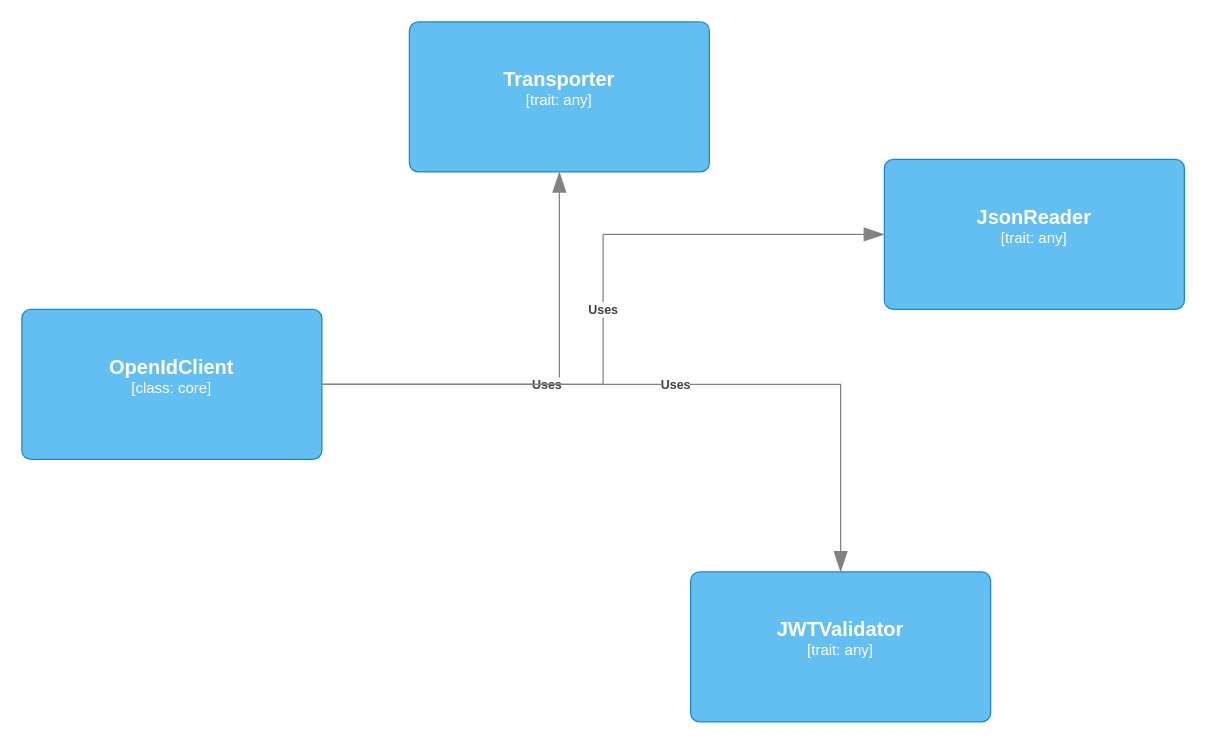
Before: doc.drawio in estrondo/moidc4s, a draw.io diagram. Source tidied: cells renumbered, new cells numbered last; positions are measured from the earlier drawing's top-left corner, leaving out a move shared by most shapes. Both pictures are drawn from the tidied source at 125%, with x=0, y=0 at pixel (21, 21).
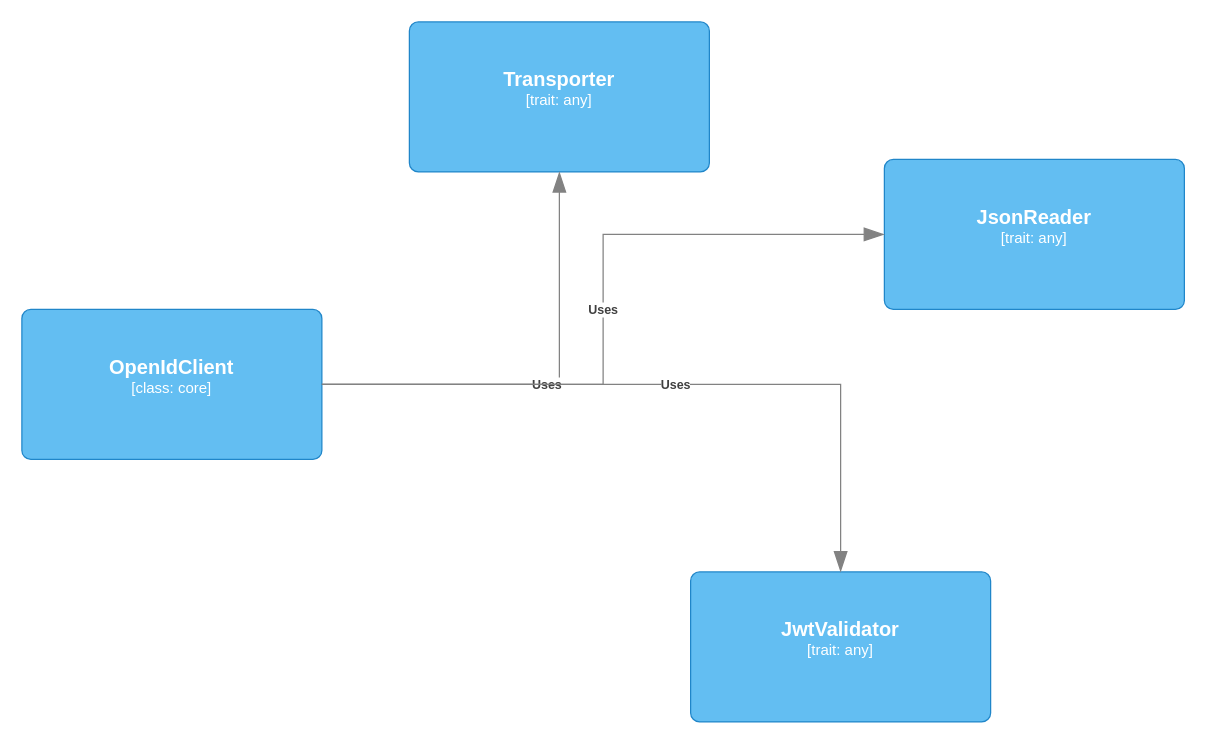
The same page after the edit.

Diff of the diagram source:
```diff
@@
 <mxGraphModel>
   <root>
     <mxCell id="0" />
     <mxCell id="1" parent="0" />
     <object id="2" label="&lt;font style=&quot;font-size: 16px&quot;&gt;&lt;b&gt;%c4Name%&lt;/b&gt;&lt;/font&gt;&lt;div&gt;[%c4Type%: %c4Technology%]&lt;/div&gt;&lt;br&gt;&lt;div&gt;&lt;font style=&quot;font-size: 11px&quot;&gt;%c4Description%&lt;/font&gt;&lt;/div&gt;" c4Description="" c4Name="OpenIdClient" c4Technology="core" c4Type="class" placeholders="1">
       <mxCell style="rounded=1;whiteSpace=wrap;html=1;labelBackgroundColor=none;fillColor=#63BEF2;fontColor=#ffffff;align=center;arcSize=6;strokeColor=#2086C9;points=[[0.25,0,0],[0.5,0,0],[0.75,0,0],[1,0.25,0],[1,0.5,0],[1,0.75,0],[0.75,1,0],[0.5,1,0],[0.25,1,0],[0,0.75,0],[0,0.5,0],[0,0.25,0]];" parent="1" vertex="1">
         <mxGeometry y="230" width="240" height="120" as="geometry" />
       </mxCell>
     </object>
     <object id="3" label="&lt;font style=&quot;font-size: 16px&quot;&gt;&lt;b&gt;%c4Name%&lt;/b&gt;&lt;/font&gt;&lt;div&gt;[%c4Type%: %c4Technology%]&lt;/div&gt;&lt;br&gt;&lt;div&gt;&lt;font style=&quot;font-size: 11px&quot;&gt;%c4Description%&lt;/font&gt;&lt;/div&gt;" c4Description="" c4Name="Transporter" c4Technology="any" c4Type="trait" placeholders="1">
       <mxCell style="rounded=1;whiteSpace=wrap;html=1;labelBackgroundColor=none;fillColor=#63BEF2;fontColor=#ffffff;align=center;arcSize=6;strokeColor=#2086C9;points=[[0.25,0,0],[0.5,0,0],[0.75,0,0],[1,0.25,0],[1,0.5,0],[1,0.75,0],[0.75,1,0],[0.5,1,0],[0.25,1,0],[0,0.75,0],[0,0.5,0],[0,0.25,0]];" parent="1" vertex="1">
         <mxGeometry x="310" width="240" height="120" as="geometry" />
       </mxCell>
     </object>
     <object id="4" label="&lt;div style=&quot;text-align: left&quot;&gt;&lt;div style=&quot;text-align: center&quot;&gt;&lt;b&gt;%c4Description%&lt;/b&gt;&lt;/div&gt;" c4Description="Uses" placeholders="1">
       <mxCell style="endArrow=blockThin;html=1;fontSize=10;fontColor=#404040;strokeWidth=1;endFill=1;strokeColor=#828282;elbow=vertical;endSize=14;startSize=14;jumpStyle=arc;jumpSize=16;rounded=0;edgeStyle=orthogonalEdgeStyle;" parent="1" edge="1" source="2" target="3">
         <mxGeometry relative="1" as="geometry" />
       </mxCell>
     </object>
     <object id="5" label="&lt;font style=&quot;font-size: 16px&quot;&gt;&lt;b&gt;%c4Name%&lt;/b&gt;&lt;/font&gt;&lt;div&gt;[%c4Type%: %c4Technology%]&lt;/div&gt;&lt;br&gt;&lt;div&gt;&lt;font style=&quot;font-size: 11px&quot;&gt;%c4Description%&lt;/font&gt;&lt;/div&gt;" c4Description="" c4Name="JsonReader" c4Technology="any" c4Type="trait" placeholders="1">
       <mxCell style="rounded=1;whiteSpace=wrap;html=1;labelBackgroundColor=none;fillColor=#63BEF2;fontColor=#ffffff;align=center;arcSize=6;strokeColor=#2086C9;points=[[0.25,0,0],[0.5,0,0],[0.75,0,0],[1,0.25,0],[1,0.5,0],[1,0.75,0],[0.75,1,0],[0.5,1,0],[0.25,1,0],[0,0.75,0],[0,0.5,0],[0,0.25,0]];" parent="1" vertex="1">
         <mxGeometry x="690" y="110" width="240" height="120" as="geometry" />
       </mxCell>
     </object>
     <object id="6" label="&lt;div style=&quot;text-align: left&quot;&gt;&lt;div style=&quot;text-align: center&quot;&gt;&lt;b&gt;%c4Description%&lt;/b&gt;&lt;/div&gt;" c4Description="Uses" placeholders="1">
       <mxCell style="endArrow=blockThin;html=1;fontSize=10;fontColor=#404040;strokeWidth=1;endFill=1;strokeColor=#828282;elbow=vertical;endSize=14;startSize=14;jumpStyle=arc;jumpSize=16;rounded=0;edgeStyle=orthogonalEdgeStyle;" parent="1" edge="1" source="2" target="5">
         <mxGeometry relative="1" as="geometry" />
       </mxCell>
     </object>
-    <object id="7" label="&lt;font style=&quot;font-size: 16px&quot;&gt;&lt;b&gt;%c4Name%&lt;/b&gt;&lt;/font&gt;&lt;div&gt;[%c4Type%: %c4Technology%]&lt;/div&gt;&lt;br&gt;&lt;div&gt;&lt;font style=&quot;font-size: 11px&quot;&gt;%c4Description%&lt;/font&gt;&lt;/div&gt;" c4Description="" c4Name="JWTValidator" c4Technology="any" c4Type="trait" placeholders="1">
+    <object id="7" label="&lt;font style=&quot;font-size: 16px&quot;&gt;&lt;b&gt;%c4Name%&lt;/b&gt;&lt;/font&gt;&lt;div&gt;[%c4Type%: %c4Technology%]&lt;/div&gt;&lt;br&gt;&lt;div&gt;&lt;font style=&quot;font-size: 11px&quot;&gt;%c4Description%&lt;/font&gt;&lt;/div&gt;" c4Description="" c4Name="JwtValidator" c4Technology="any" c4Type="trait" placeholders="1">
       <mxCell style="rounded=1;whiteSpace=wrap;html=1;labelBackgroundColor=none;fillColor=#63BEF2;fontColor=#ffffff;align=center;arcSize=6;strokeColor=#2086C9;points=[[0.25,0,0],[0.5,0,0],[0.75,0,0],[1,0.25,0],[1,0.5,0],[1,0.75,0],[0.75,1,0],[0.5,1,0],[0.25,1,0],[0,0.75,0],[0,0.5,0],[0,0.25,0]];" parent="1" vertex="1">
         <mxGeometry x="535" y="440" width="240" height="120" as="geometry" />
       </mxCell>
     </object>
     <object id="8" label="&lt;div style=&quot;text-align: left&quot;&gt;&lt;div style=&quot;text-align: center&quot;&gt;&lt;b&gt;%c4Description%&lt;/b&gt;&lt;/div&gt;" c4Description="Uses" placeholders="1">
       <mxCell style="endArrow=blockThin;html=1;fontSize=10;fontColor=#404040;strokeWidth=1;endFill=1;strokeColor=#828282;elbow=vertical;endSize=14;startSize=14;jumpStyle=arc;jumpSize=16;rounded=0;edgeStyle=orthogonalEdgeStyle;" parent="1" edge="1" source="2" target="7">
         <mxGeometry relative="1" as="geometry" />
       </mxCell>
     </object>
   </root>
 </mxGraphModel>
```
